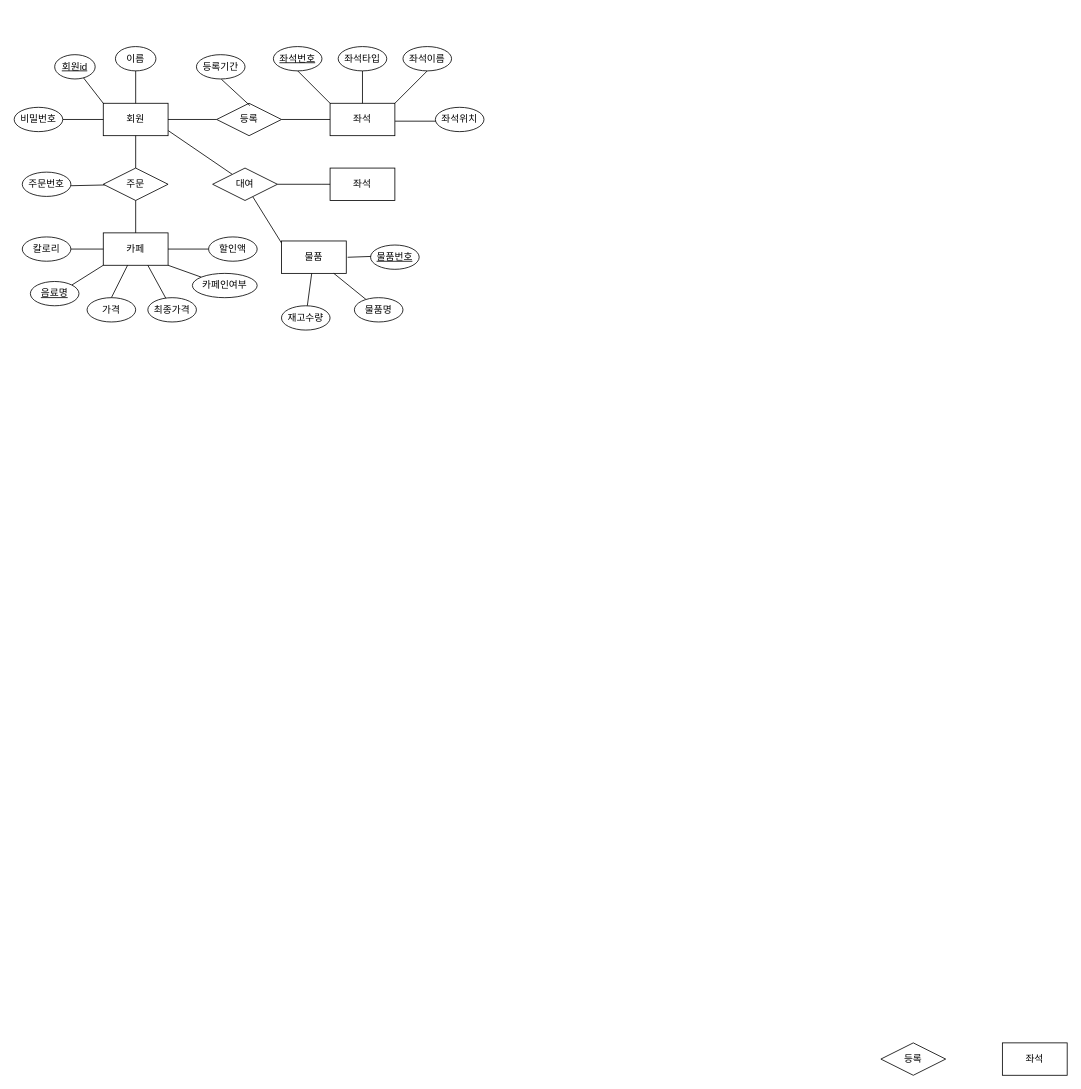
SongJaeHoonn/SongJaeHoonn keeps this draw.io diagram as 제목 없는 다이어그램.drawio. Above is the earlier version. Source tidied: cells renumbered, new cells numbered last; positions are measured from the earlier drawing's top-left corner, leaving out a move shared by most shapes. Both pictures are drawn from the tidied source at 81%, with x=0, y=0 at pixel (14, 46).
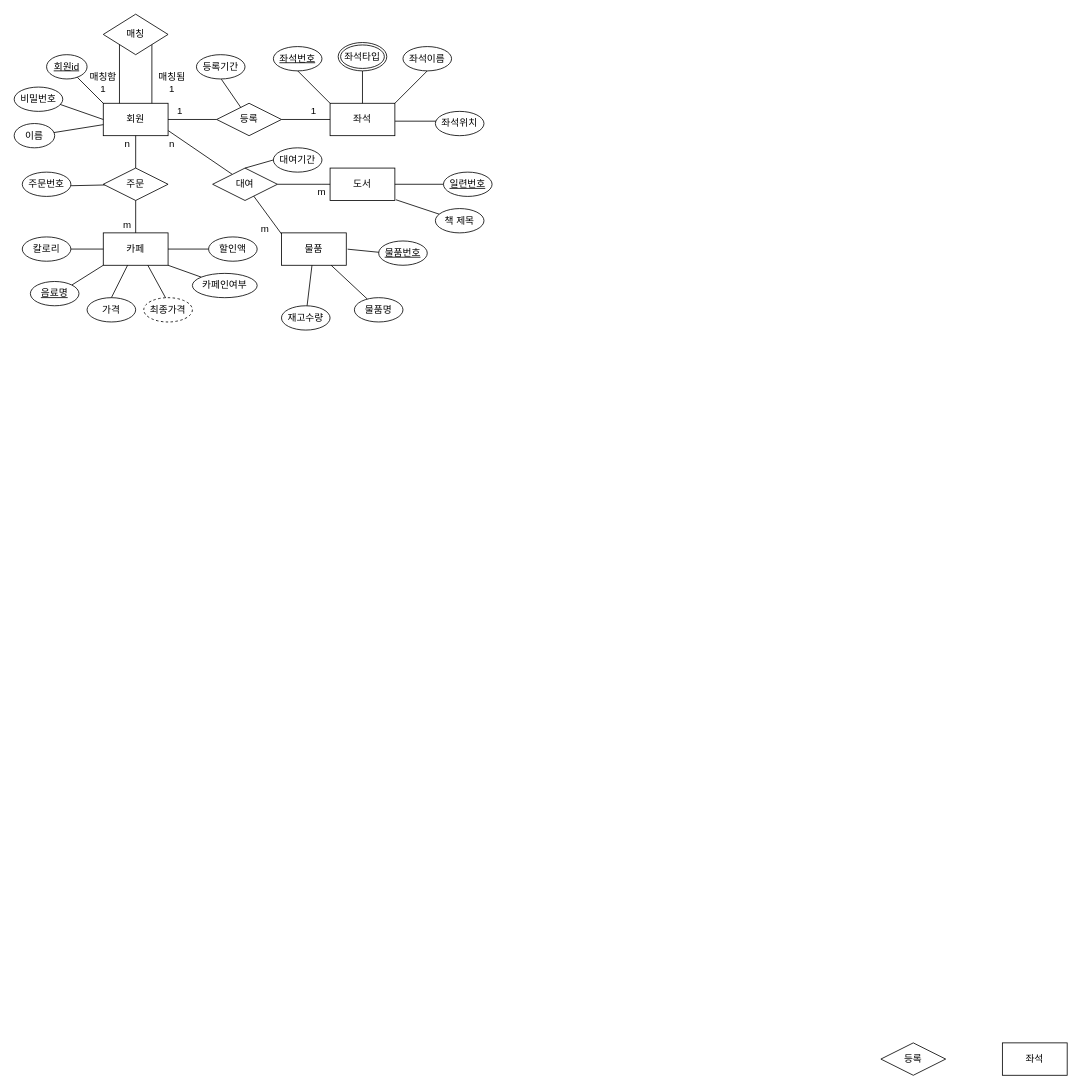
The same diagram, later.

The change refers to these unchanged cells:
```xml
<mxCell id="2" value="회원" style="rounded=0;whiteSpace=wrap;html=1;strokeWidth=1;" parent="1" vertex="1">
  <mxGeometry x="110" y="70" width="80" height="40" as="geometry" />
</mxCell>
<mxCell id="5" value="좌석" style="rounded=0;whiteSpace=wrap;html=1;" parent="1" vertex="1">
  <mxGeometry x="390" y="70" width="80" height="40" as="geometry" />
</mxCell>
<mxCell id="6" value="등록" style="rhombus;whiteSpace=wrap;html=1;" parent="1" vertex="1">
  <mxGeometry x="250" y="70" width="80" height="40" as="geometry" />
</mxCell>
<mxCell id="39" value="등록기간" style="ellipse;whiteSpace=wrap;html=1;" parent="1" vertex="1">
  <mxGeometry x="225" y="10" width="60" height="30" as="geometry" />
</mxCell>
<mxCell id="40" value="대여" style="rhombus;whiteSpace=wrap;html=1;" parent="1" vertex="1">
  <mxGeometry x="245" y="150" width="80" height="40" as="geometry" />
</mxCell>
```

Diff of the diagram source:
```diff
@@
     <mxCell id="14" value="회원id" style="ellipse;whiteSpace=wrap;html=1;fontStyle=4;" parent="1" vertex="1">
-      <mxGeometry x="50" y="10" width="50" height="30" as="geometry" />
+      <mxGeometry x="40" y="10" width="50" height="30" as="geometry" />
     </mxCell>
     <mxCell id="15" value="이름" style="ellipse;whiteSpace=wrap;html=1;" parent="1" vertex="1">
-      <mxGeometry x="125" width="50" height="30" as="geometry" />
+      <mxGeometry y="95" width="50" height="30" as="geometry" />
     </mxCell>
-    <mxCell id="16" style="endArrow=none;html=1;rounded=0;entryX=0.5;entryY=1;entryDx=0;entryDy=0;exitX=0.5;exitY=0;exitDx=0;exitDy=0;" parent="1" edge="1" source="2" target="15">
+    <mxCell id="16" style="endArrow=none;html=1;rounded=0;" parent="1" edge="1" source="2" target="15">
       <mxGeometry relative="1" as="geometry" />
     </mxCell>
-    <mxCell id="17" style="endArrow=none;html=1;rounded=0;" parent="1" edge="1">
+    <mxCell id="17" style="endArrow=none;html=1;rounded=0;exitX=0.939;exitY=0.709;exitDx=0;exitDy=0;exitPerimeter=0;" parent="1" edge="1" source="18">
       <mxGeometry relative="1" as="geometry">
-        <mxPoint x="60" y="90" as="sourcePoint" />
         <mxPoint x="110" y="90" as="targetPoint" />
       </mxGeometry>
     </mxCell>
     <mxCell id="18" value="비밀번호" style="ellipse;whiteSpace=wrap;html=1;" parent="1" vertex="1">
-      <mxGeometry y="75" width="60" height="30" as="geometry" />
+      <mxGeometry y="50" width="60" height="30" as="geometry" />
     </mxCell>
@@
-    <mxCell id="20" style="endArrow=none;html=1;rounded=0;entryX=0.5;entryY=1;entryDx=0;entryDy=0;exitX=0.5;exitY=0;exitDx=0;exitDy=0;" parent="1" edge="1" source="5" target="32">
-      <mxGeometry relative="1" as="geometry" />
+    <mxCell id="20" style="endArrow=none;html=1;rounded=0;entryX=0.5;entryY=1;entryDx=0;entryDy=0;exitX=0.5;exitY=0;exitDx=0;exitDy=0;" parent="1" edge="1" source="5">
+      <mxGeometry relative="1" as="geometry">
+        <mxPoint x="430" y="30" as="targetPoint" />
+      </mxGeometry>
     </mxCell>
@@
-    <mxCell id="28" style="endArrow=none;html=1;rounded=0;entryX=0.513;entryY=1.011;entryDx=0;entryDy=0;entryPerimeter=0;exitX=0.513;exitY=0.072;exitDx=0;exitDy=0;exitPerimeter=0;" parent="1" edge="1" source="6" target="39">
+    <mxCell id="28" style="endArrow=none;html=1;rounded=0;entryX=0.513;entryY=1.011;entryDx=0;entryDy=0;entryPerimeter=0;" parent="1" edge="1" source="6" target="39">
       <mxGeometry relative="1" as="geometry" />
     </mxCell>
@@
-    <mxCell id="30" style="endArrow=none;html=1;rounded=0;entryX=0.001;entryY=0.063;entryDx=0;entryDy=0;entryPerimeter=0;" parent="1" edge="1" source="40" target="42">
-      <mxGeometry relative="1" as="geometry" />
+    <mxCell id="30" style="endArrow=none;html=1;rounded=0;entryX=0.001;entryY=0.063;entryDx=0;entryDy=0;entryPerimeter=0;" parent="1" edge="1" target="42">
+      <mxGeometry relative="1" as="geometry">
+        <mxPoint x="330" y="232.5" as="sourcePoint" />
+      </mxGeometry>
     </mxCell>
@@
-    <mxCell id="32" value="좌석타입" style="ellipse;whiteSpace=wrap;html=1;" parent="1" vertex="1">
-      <mxGeometry x="400" width="60" height="30" as="geometry" />
-    </mxCell>
@@
     <mxCell id="38" value="좌석위치" style="ellipse;whiteSpace=wrap;html=1;" parent="1" vertex="1">
-      <mxGeometry x="520" y="75" width="60" height="30" as="geometry" />
+      <mxGeometry x="520" y="80" width="60" height="30" as="geometry" />
     </mxCell>
@@
     <mxCell id="41" value="물품번호" style="ellipse;whiteSpace=wrap;html=1;fontStyle=4;" parent="1" vertex="1">
-      <mxGeometry x="440" y="245" width="60" height="30" as="geometry" />
+      <mxGeometry x="450" y="240" width="60" height="30" as="geometry" />
     </mxCell>
     <mxCell id="42" value="물품" style="rounded=0;whiteSpace=wrap;html=1;" parent="1" vertex="1">
-      <mxGeometry x="330" y="240" width="80" height="40" as="geometry" />
+      <mxGeometry x="330" y="230" width="80" height="40" as="geometry" />
     </mxCell>
@@
-    <mxCell id="52" value="최종가격" style="ellipse;whiteSpace=wrap;html=1;" parent="1" vertex="1">
-      <mxGeometry x="165" y="310" width="60" height="30" as="geometry" />
-    </mxCell>
-    <mxCell id="53" style="endArrow=none;html=1;rounded=0;" parent="1" edge="1" source="52">
+    <mxCell id="53" style="endArrow=none;html=1;rounded=0;" parent="1" edge="1">
       <mxGeometry relative="1" as="geometry">
+        <mxPoint x="187.1" y="310.5" as="sourcePoint" />
         <mxPoint x="165" y="270" as="targetPoint" />
       </mxGeometry>
     </mxCell>
-    <mxCell id="54" value="좌석" style="rounded=0;whiteSpace=wrap;html=1;" parent="1" vertex="1">
+    <mxCell id="54" value="도서" style="rounded=0;whiteSpace=wrap;html=1;" parent="1" vertex="1">
       <mxGeometry x="390" y="150" width="80" height="40" as="geometry" />
     </mxCell>
+    <mxCell id="55" style="endArrow=none;html=1;rounded=0;" parent="1" edge="1">
+      <mxGeometry relative="1" as="geometry">
+        <mxPoint x="470" y="170" as="sourcePoint" />
+        <mxPoint x="530" y="170" as="targetPoint" />
+      </mxGeometry>
+    </mxCell>
+    <mxCell id="56" value="&lt;u&gt;일련번호&lt;/u&gt;" style="ellipse;whiteSpace=wrap;html=1;" parent="1" vertex="1">
+      <mxGeometry x="530" y="155" width="60" height="30" as="geometry" />
+    </mxCell>
+    <mxCell id="57" value="책 제목" style="ellipse;whiteSpace=wrap;html=1;" parent="1" vertex="1">
+      <mxGeometry x="520" y="200" width="60" height="30" as="geometry" />
+    </mxCell>
+    <mxCell id="58" style="endArrow=none;html=1;rounded=0;entryX=1.016;entryY=0.978;entryDx=0;entryDy=0;entryPerimeter=0;" parent="1" edge="1" source="57" target="54">
+      <mxGeometry relative="1" as="geometry" />
+    </mxCell>
+    <mxCell id="59" style="endArrow=none;html=1;rounded=0;" parent="1" edge="1">
+      <mxGeometry relative="1" as="geometry">
+        <mxPoint x="285" y="150" as="sourcePoint" />
+        <mxPoint x="320" y="140" as="targetPoint" />
+      </mxGeometry>
+    </mxCell>
+    <mxCell id="60" value="대여기간" style="ellipse;whiteSpace=wrap;html=1;" parent="1" vertex="1">
+      <mxGeometry x="320" y="125" width="60" height="30" as="geometry" />
+    </mxCell>
+    <mxCell id="61" style="endArrow=none;html=1;rounded=0;" parent="1" edge="1">
+      <mxGeometry relative="1" as="geometry">
+        <mxPoint x="130" y="70" as="sourcePoint" />
+        <mxPoint x="130" y="-7" as="targetPoint" />
+      </mxGeometry>
+    </mxCell>
+    <mxCell id="62" style="endArrow=none;html=1;rounded=0;entryX=0.75;entryY=0.6;entryDx=0;entryDy=0;entryPerimeter=0;" parent="1" edge="1" target="63">
+      <mxGeometry relative="1" as="geometry">
+        <mxPoint x="170" y="70" as="sourcePoint" />
+      </mxGeometry>
+    </mxCell>
+    <mxCell id="63" value="매칭" style="rhombus;whiteSpace=wrap;html=1;" parent="1" vertex="1">
+      <mxGeometry x="110" y="-40" width="80" height="50" as="geometry" />
+    </mxCell>
+    <mxCell id="64" value="매칭함&lt;br&gt;1" style="text;html=1;strokeColor=none;fillColor=none;align=center;verticalAlign=middle;whiteSpace=wrap;rounded=0;" parent="1" vertex="1">
+      <mxGeometry x="90" y="30" width="40" height="30" as="geometry" />
+    </mxCell>
+    <mxCell id="65" value="매칭됨&lt;br&gt;1" style="text;html=1;strokeColor=none;fillColor=none;align=center;verticalAlign=middle;whiteSpace=wrap;rounded=0;" parent="1" vertex="1">
+      <mxGeometry x="175" y="30" width="40" height="30" as="geometry" />
+    </mxCell>
+    <mxCell id="66" value="n" style="text;html=1;strokeColor=none;fillColor=none;align=center;verticalAlign=middle;whiteSpace=wrap;rounded=0;" parent="1" vertex="1">
+      <mxGeometry x="120" y="110" width="40" height="20" as="geometry" />
+    </mxCell>
+    <mxCell id="67" value="m" style="text;html=1;strokeColor=none;fillColor=none;align=center;verticalAlign=middle;whiteSpace=wrap;rounded=0;" parent="1" vertex="1">
+      <mxGeometry x="120" y="210" width="40" height="20" as="geometry" />
+    </mxCell>
+    <mxCell id="68" value="1" style="text;html=1;strokeColor=none;fillColor=none;align=center;verticalAlign=middle;whiteSpace=wrap;rounded=0;" parent="1" vertex="1">
+      <mxGeometry x="185" y="70" width="40" height="20" as="geometry" />
+    </mxCell>
+    <mxCell id="69" value="1" style="text;html=1;strokeColor=none;fillColor=none;align=center;verticalAlign=middle;whiteSpace=wrap;rounded=0;" parent="1" vertex="1">
+      <mxGeometry x="350" y="70" width="40" height="20" as="geometry" />
+    </mxCell>
+    <mxCell id="70" value="n" style="text;html=1;strokeColor=none;fillColor=none;align=center;verticalAlign=middle;whiteSpace=wrap;rounded=0;" parent="1" vertex="1">
+      <mxGeometry x="175" y="110" width="40" height="20" as="geometry" />
+    </mxCell>
+    <mxCell id="71" style="endArrow=none;html=1;rounded=0;entryX=0.001;entryY=0.063;entryDx=0;entryDy=0;entryPerimeter=0;" parent="1" edge="1" source="40">
+      <mxGeometry relative="1" as="geometry">
+        <mxPoint x="330" y="231.3" as="targetPoint" />
+      </mxGeometry>
+    </mxCell>
+    <mxCell id="72" value="m" style="text;html=1;strokeColor=none;fillColor=none;align=center;verticalAlign=middle;whiteSpace=wrap;rounded=0;" parent="1" vertex="1">
+      <mxGeometry x="290" y="215" width="40" height="20" as="geometry" />
+    </mxCell>
+    <mxCell id="73" value="m" style="text;html=1;strokeColor=none;fillColor=none;align=center;verticalAlign=middle;whiteSpace=wrap;rounded=0;" parent="1" vertex="1">
+      <mxGeometry x="360" y="170" width="40" height="20" as="geometry" />
+    </mxCell>
+    <mxCell id="32" value="좌석타입" style="ellipse;shape=doubleEllipse;margin=3;whiteSpace=wrap;html=1;align=center;" parent="1" vertex="1">
+      <mxGeometry x="400" y="-5" width="60" height="35" as="geometry" />
+    </mxCell>
+    <mxCell id="52" value="최종가격" style="ellipse;whiteSpace=wrap;html=1;align=center;dashed=1;" parent="1" vertex="1">
+      <mxGeometry x="160" y="310" width="60" height="30" as="geometry" />
+    </mxCell>
```
